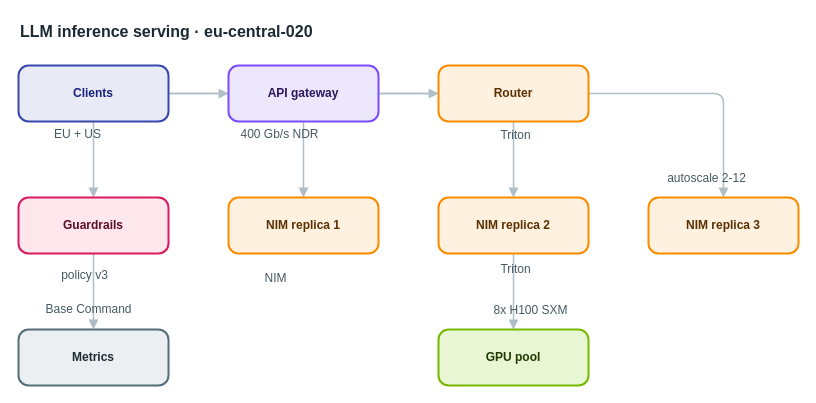
Earlier version of the draw.io diagram apps/web/public/samples/library/020-llm-inference-serving.drawio (AryanG01/open-apprentice). Source tidied: cells renumbered, new cells numbered last; positions are measured from the earlier drawing's top-left corner, leaving out a move shared by most shapes. Both pictures are drawn from the tidied source at 100%, with x=0, y=0 at pixel (18, 17).
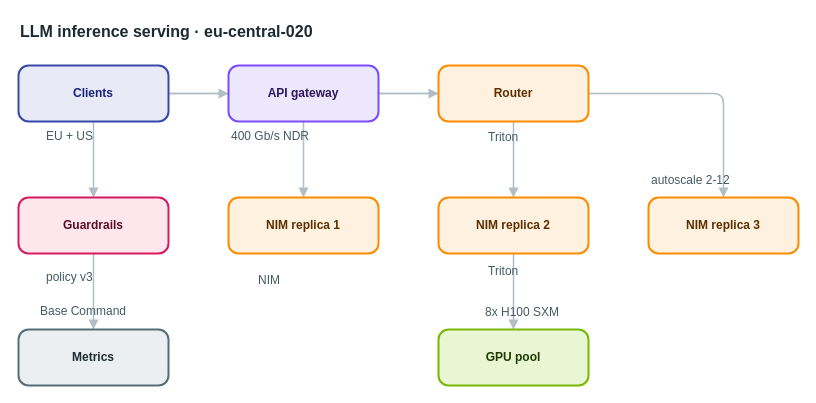
After the change.

Change to the diagram source:
```diff
@@
-    <mxCell id="20" value="EU + US" style="text;html=1;align=center;verticalAlign=middle;whiteSpace=nowrap;strokeColor=none;fillColor=none;fontSize=12;fontColor=#455a64;" parent="1" vertex="1">
+    <mxCell id="20" value="EU + US" style="text;html=1;align=left;verticalAlign=top;whiteSpace=nowrap;spacing=0;spacingTop=0;strokeColor=none;fillColor=none;fontSize=12;fontColor=#455a64;" parent="1" vertex="1">
       <mxGeometry x="28" y="107" width="61" height="20" as="geometry" />
     </mxCell>
-    <mxCell id="21" value="400 Gb/s NDR" style="text;html=1;align=center;verticalAlign=middle;whiteSpace=nowrap;strokeColor=none;fillColor=none;fontSize=12;fontColor=#455a64;" parent="1" vertex="1">
+    <mxCell id="21" value="400 Gb/s NDR" style="text;html=1;align=left;verticalAlign=top;whiteSpace=nowrap;spacing=0;spacingTop=0;strokeColor=none;fillColor=none;fontSize=12;fontColor=#455a64;" parent="1" vertex="1">
       <mxGeometry x="213" y="107" width="96" height="20" as="geometry" />
     </mxCell>
-    <mxCell id="22" value="Triton" style="text;html=1;align=center;verticalAlign=middle;whiteSpace=nowrap;strokeColor=none;fillColor=none;fontSize=12;fontColor=#455a64;" parent="1" vertex="1">
+    <mxCell id="22" value="Triton" style="text;html=1;align=left;verticalAlign=top;whiteSpace=nowrap;spacing=0;spacingTop=0;strokeColor=none;fillColor=none;fontSize=12;fontColor=#455a64;" parent="1" vertex="1">
       <mxGeometry x="470" y="108" width="54" height="20" as="geometry" />
     </mxCell>
-    <mxCell id="23" value="NIM" style="text;html=1;align=center;verticalAlign=middle;whiteSpace=nowrap;strokeColor=none;fillColor=none;fontSize=12;fontColor=#455a64;" parent="1" vertex="1">
+    <mxCell id="23" value="NIM" style="text;html=1;align=left;verticalAlign=top;whiteSpace=nowrap;spacing=0;spacingTop=0;strokeColor=none;fillColor=none;fontSize=12;fontColor=#455a64;" parent="1" vertex="1">
       <mxGeometry x="240" y="251" width="33" height="20" as="geometry" />
     </mxCell>
-    <mxCell id="24" value="Triton" style="text;html=1;align=center;verticalAlign=middle;whiteSpace=nowrap;strokeColor=none;fillColor=none;fontSize=12;fontColor=#455a64;" parent="1" vertex="1">
+    <mxCell id="24" value="Triton" style="text;html=1;align=left;verticalAlign=top;whiteSpace=nowrap;spacing=0;spacingTop=0;strokeColor=none;fillColor=none;fontSize=12;fontColor=#455a64;" parent="1" vertex="1">
       <mxGeometry x="470" y="242" width="54" height="20" as="geometry" />
     </mxCell>
-    <mxCell id="25" value="autoscale 2-12" style="text;html=1;align=center;verticalAlign=middle;whiteSpace=nowrap;strokeColor=none;fillColor=none;fontSize=12;fontColor=#455a64;" parent="1" vertex="1">
+    <mxCell id="25" value="autoscale 2-12" style="text;html=1;align=left;verticalAlign=top;whiteSpace=nowrap;spacing=0;spacingTop=0;strokeColor=none;fillColor=none;fontSize=12;fontColor=#455a64;" parent="1" vertex="1">
       <mxGeometry x="633" y="151" width="110" height="20" as="geometry" />
     </mxCell>
-    <mxCell id="26" value="8x H100 SXM" style="text;html=1;align=center;verticalAlign=middle;whiteSpace=nowrap;strokeColor=none;fillColor=none;fontSize=12;fontColor=#455a64;" parent="1" vertex="1">
+    <mxCell id="26" value="8x H100 SXM" style="text;html=1;align=left;verticalAlign=top;whiteSpace=nowrap;spacing=0;spacingTop=0;strokeColor=none;fillColor=none;fontSize=12;fontColor=#455a64;" parent="1" vertex="1">
       <mxGeometry x="467" y="283" width="89" height="20" as="geometry" />
     </mxCell>
-    <mxCell id="27" value="policy v3" style="text;html=1;align=center;verticalAlign=middle;whiteSpace=nowrap;strokeColor=none;fillColor=none;fontSize=12;fontColor=#455a64;" parent="1" vertex="1">
+    <mxCell id="27" value="policy v3" style="text;html=1;align=left;verticalAlign=top;whiteSpace=nowrap;spacing=0;spacingTop=0;strokeColor=none;fillColor=none;fontSize=12;fontColor=#455a64;" parent="1" vertex="1">
       <mxGeometry x="28" y="248" width="75" height="20" as="geometry" />
     </mxCell>
-    <mxCell id="28" value="Base Command" style="text;html=1;align=center;verticalAlign=middle;whiteSpace=nowrap;strokeColor=none;fillColor=none;fontSize=12;fontColor=#455a64;" parent="1" vertex="1">
+    <mxCell id="28" value="Base Command" style="text;html=1;align=left;verticalAlign=top;whiteSpace=nowrap;spacing=0;spacingTop=0;strokeColor=none;fillColor=none;fontSize=12;fontColor=#455a64;" parent="1" vertex="1">
       <mxGeometry x="22" y="282" width="96" height="20" as="geometry" />
     </mxCell>
```
